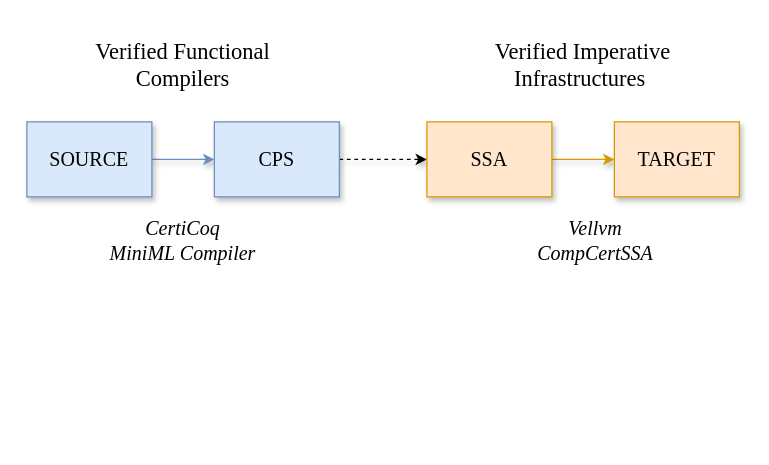
Above: tase23/Motivation.drawio in ABigDoge/MyDiagrams (draw.io), before the change. Source tidied: cells renumbered, new cells numbered last; positions are measured from the earlier drawing's top-left corner, leaving out a move shared by most shapes. Both pictures are drawn from the tidied source at 125%, with x=0, y=0 at pixel (26, 21).
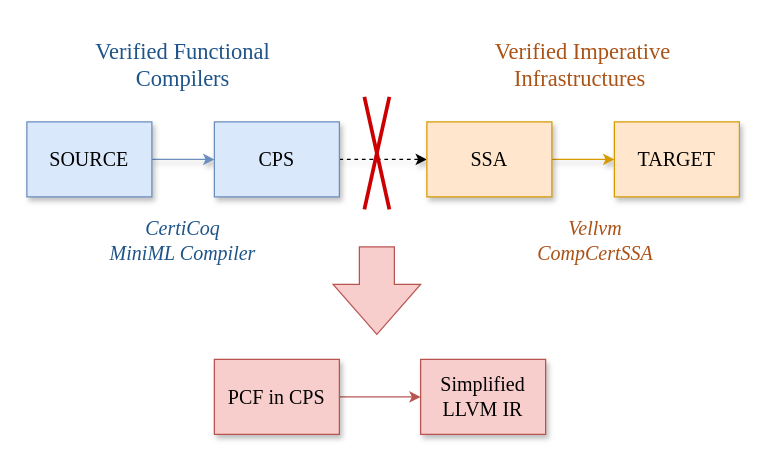
The same page after the edit.

The edit, as a diff of the source:
```diff
@@
-    <mxCell id="9" value="&lt;font style=&quot;font-size: 18px;&quot; face=&quot;Times New Roman&quot;&gt;Verified Functional Compilers&lt;/font&gt;" style="text;html=1;strokeColor=none;fillColor=none;align=center;verticalAlign=middle;whiteSpace=wrap;rounded=0;" parent="1" vertex="1">
+    <mxCell id="9" value="&lt;font color=&quot;#1e548a&quot; style=&quot;font-size: 18px;&quot; face=&quot;Times New Roman&quot;&gt;Verified Functional Compilers&lt;/font&gt;" style="text;html=1;strokeColor=none;fillColor=none;align=center;verticalAlign=middle;whiteSpace=wrap;rounded=0;" parent="1" vertex="1">
       <mxGeometry x="40" width="170" height="70" as="geometry" />
     </mxCell>
-    <mxCell id="10" value="&lt;font style=&quot;font-size: 18px;&quot; face=&quot;Times New Roman&quot;&gt;Verified Imperative Infrastructures&amp;nbsp;&lt;/font&gt;" style="text;html=1;strokeColor=none;fillColor=none;align=center;verticalAlign=middle;whiteSpace=wrap;rounded=0;" parent="1" vertex="1">
+    <mxCell id="10" value="&lt;font color=&quot;#ab5216&quot; style=&quot;font-size: 18px;&quot; face=&quot;Times New Roman&quot;&gt;Verified Imperative Infrastructures&amp;nbsp;&lt;/font&gt;" style="text;html=1;strokeColor=none;fillColor=none;align=center;verticalAlign=middle;whiteSpace=wrap;rounded=0;" parent="1" vertex="1">
       <mxGeometry x="360" width="170" height="70" as="geometry" />
     </mxCell>
-    <mxCell id="11" value="&lt;font style=&quot;font-size: 16px;&quot; face=&quot;Times New Roman&quot;&gt;&lt;i&gt;CertiCoq&lt;br&gt;MiniML Compiler&lt;/i&gt;&lt;/font&gt;" style="text;html=1;strokeColor=none;fillColor=none;align=center;verticalAlign=middle;whiteSpace=wrap;rounded=0;" parent="1" vertex="1">
+    <mxCell id="11" value="&lt;font color=&quot;#1e548a&quot; style=&quot;font-size: 16px;&quot; face=&quot;Times New Roman&quot;&gt;&lt;i&gt;CertiCoq&lt;br&gt;MiniML Compiler&lt;/i&gt;&lt;/font&gt;" style="text;html=1;strokeColor=none;fillColor=none;align=center;verticalAlign=middle;whiteSpace=wrap;rounded=0;" parent="1" vertex="1">
       <mxGeometry x="5" y="140" width="240" height="70" as="geometry" />
     </mxCell>
-    <mxCell id="12" value="&lt;font style=&quot;font-size: 16px;&quot; face=&quot;Times New Roman&quot;&gt;&lt;i&gt;Vellvm&lt;br&gt;CompCertSSA&lt;/i&gt;&lt;/font&gt;" style="text;html=1;strokeColor=none;fillColor=none;align=center;verticalAlign=middle;whiteSpace=wrap;rounded=0;" parent="1" vertex="1">
+    <mxCell id="12" value="&lt;font color=&quot;#ab5216&quot; style=&quot;font-size: 16px;&quot; face=&quot;Times New Roman&quot;&gt;&lt;i&gt;Vellvm&lt;br&gt;CompCertSSA&lt;/i&gt;&lt;/font&gt;" style="text;html=1;strokeColor=none;fillColor=none;align=center;verticalAlign=middle;whiteSpace=wrap;rounded=0;" parent="1" vertex="1">
       <mxGeometry x="340" y="140" width="230" height="70" as="geometry" />
     </mxCell>
+    <mxCell id="13" style="endArrow=none;html=1;rounded=0;fillColor=#e51400;strokeColor=#CC0000;strokeWidth=3;" parent="1" edge="1">
+      <mxGeometry relative="1" as="geometry">
+        <mxPoint x="270" y="60" as="sourcePoint" />
+        <mxPoint x="290" y="150" as="targetPoint" />
+      </mxGeometry>
+    </mxCell>
+    <mxCell id="14" style="endArrow=none;html=1;rounded=0;fillColor=#e51400;strokeColor=#CC0000;strokeWidth=3;" parent="1" edge="1">
+      <mxGeometry relative="1" as="geometry">
+        <mxPoint x="290" y="60" as="sourcePoint" />
+        <mxPoint x="270" y="150" as="targetPoint" />
+      </mxGeometry>
+    </mxCell>
+    <mxCell id="15" style="html=1;shadow=0;dashed=0;align=center;verticalAlign=middle;shape=mxgraph.arrows2.arrow;dy=0.6;dx=40;direction=south;notch=0;fillColor=#f8cecc;strokeColor=#b85450;" parent="1" vertex="1">
+      <mxGeometry x="245" y="180" width="70" height="70" as="geometry" />
+    </mxCell>
+    <mxCell id="16" style="edgeStyle=orthogonalEdgeStyle;rounded=0;jettySize=auto;html=1;fillColor=#f8cecc;strokeColor=#b85450;" parent="1" edge="1" source="17" target="18">
+      <mxGeometry relative="1" as="geometry" />
+    </mxCell>
+    <mxCell id="17" value="&lt;span style=&quot;color: rgb(0, 0, 0); font-family: &amp;quot;Times New Roman&amp;quot;; font-size: 16px; font-style: normal; font-variant-ligatures: normal; font-variant-caps: normal; font-weight: 400; letter-spacing: normal; orphans: 2; text-align: center; text-indent: 0px; text-transform: none; widows: 2; word-spacing: 0px; -webkit-text-stroke-width: 0px; text-decoration-thickness: initial; text-decoration-style: initial; text-decoration-color: initial; float: none; display: inline !important;&quot;&gt;PCF in CPS&lt;/span&gt;" style="rounded=0;whiteSpace=wrap;html=1;shadow=1;fillColor=#f8cecc;strokeColor=#b85450;labelBackgroundColor=none;" parent="1" vertex="1">
+      <mxGeometry x="150" y="270" width="100" height="60" as="geometry" />
+    </mxCell>
+    <mxCell id="18" value="&lt;font face=&quot;Times New Roman&quot;&gt;&lt;span style=&quot;font-size: 16px;&quot;&gt;Simplified LLVM IR&lt;/span&gt;&lt;/font&gt;" style="rounded=0;whiteSpace=wrap;html=1;shadow=1;fillColor=#f8cecc;strokeColor=#b85450;labelBackgroundColor=none;" parent="1" vertex="1">
+      <mxGeometry x="315" y="270" width="100" height="60" as="geometry" />
+    </mxCell>
```
